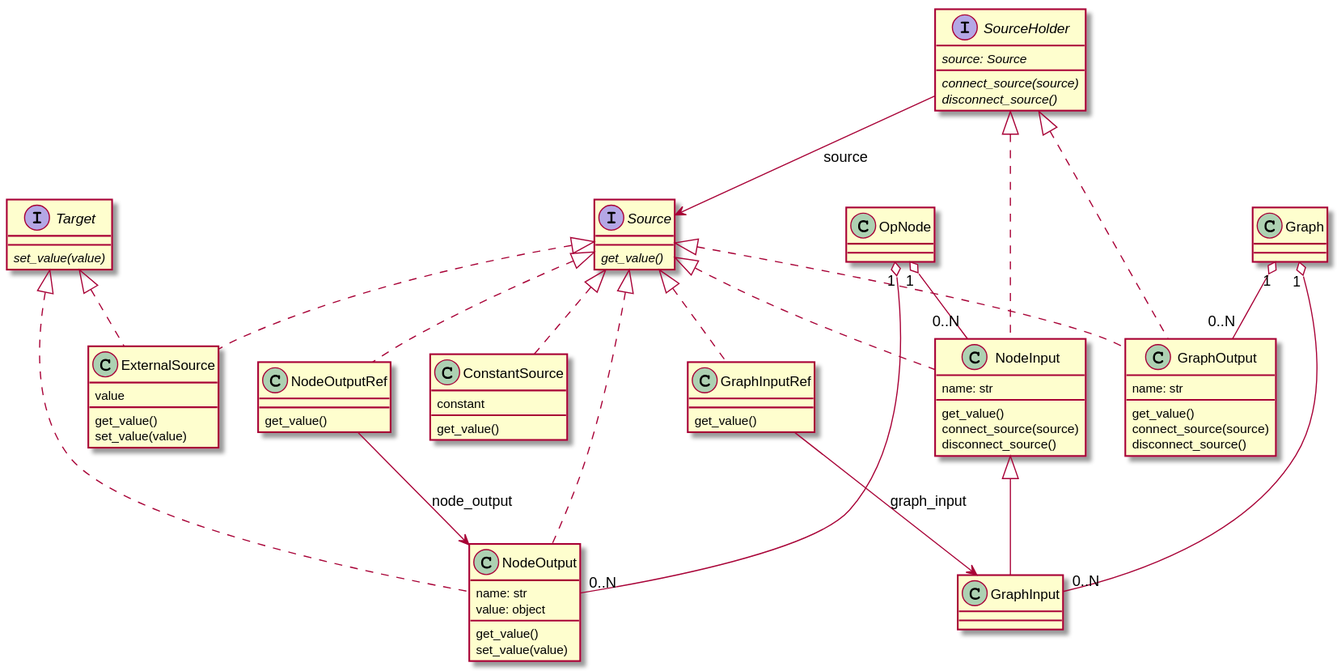
Before: doc/source/_static/uml/graph_details.svg, a diagram exported from PlantUML (CCI-Tools/cate). Its source is kept beside it as doc/source/uml/graph_details.puml.
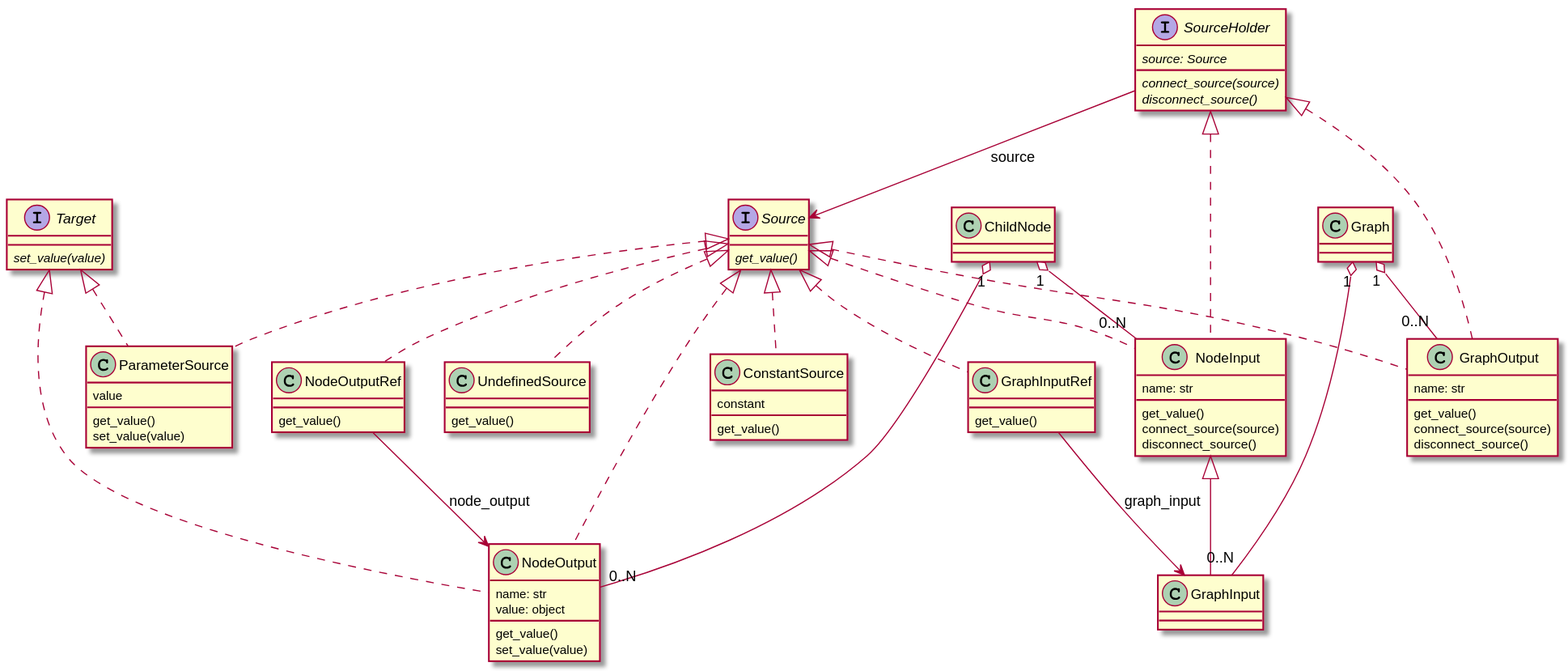
The same diagram one commit later.

Commit message:
renamed "external" --> "parameter" source type

Change to the diagram source:
```diff
@@ -8,18 +8,17 @@
     {abstract} set_value(value)
 }
 
-interface SourceHolder {
-    {abstract} source: Source
-    {abstract} connect_source(source)
-    {abstract} disconnect_source()
+class UndefinedSource implements Source {
+    get_value()
 }
+
 
 class ConstantSource implements Source {
     constant
     get_value()
 }
 
-class ExternalSource implements Source, Target {
+class ParameterSource implements Source, Target {
     value
     get_value()
     set_value(value)
@@ -33,7 +32,10 @@
     get_value()
 }
 
-class OpNode {
+interface SourceHolder {
+    {abstract} source: Source
+    {abstract} connect_source(source)
+    {abstract} disconnect_source()
 }
 
 class NodeInput implements Source, SourceHolder {
@@ -48,6 +50,9 @@
     value: object
     get_value()
     set_value(value)
+}
+
+class ChildNode {
 }
 
 class Graph {
@@ -67,8 +72,8 @@
 NodeOutputRef --> NodeOutput : node_output
 SourceHolder --> Source : source
 
-OpNode "1" o-- "0..N" NodeInput
-OpNode "1" o-- "0..N" NodeOutput
+ChildNode "1" o-- "0..N" NodeInput
+ChildNode "1" o-- "0..N" NodeOutput
 
 Graph "1" o-- "0..N" GraphInput
 Graph "1" o-- "0..N" GraphOutput
```
